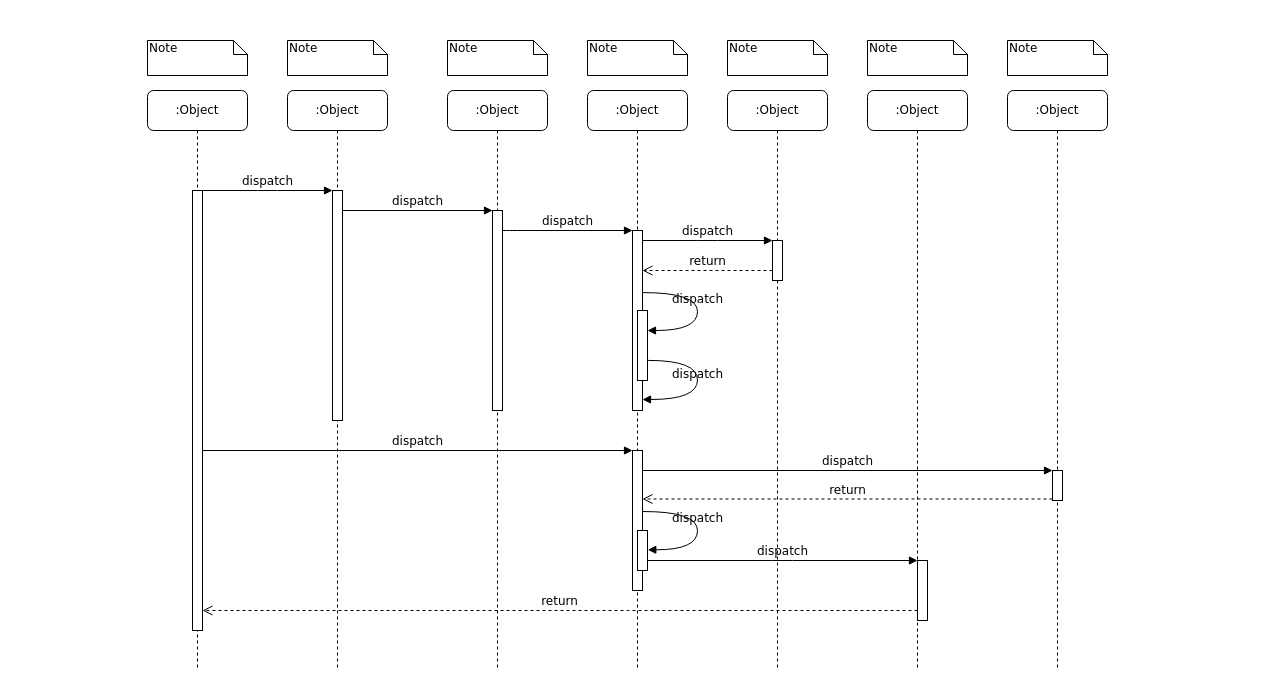
Before: patient/UC4_sequence_diag.drawio in yhb1834/Smart-Health-Prediction-System, a draw.io diagram. Source tidied: cells renumbered, new cells numbered last; positions are measured from the earlier drawing's top-left corner, leaving out a move shared by most shapes. Both pictures are drawn from the tidied source at 100%, with x=0, y=0 at pixel (147, 40).
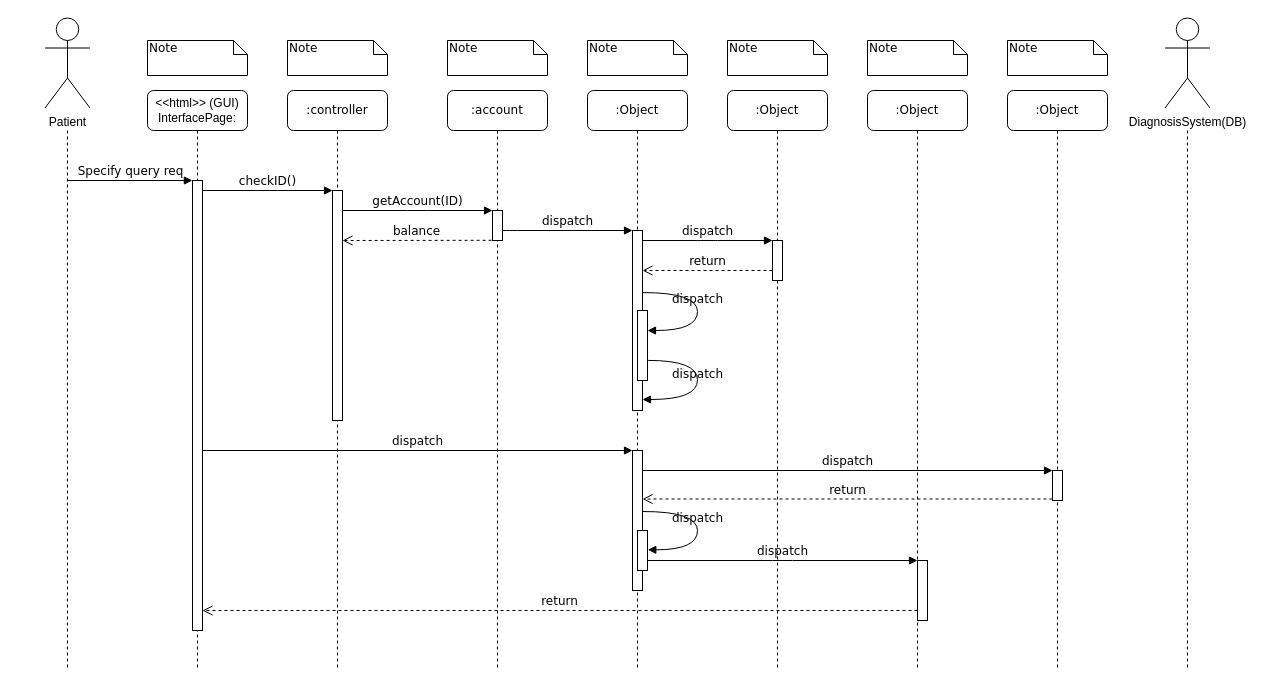
The same page after the edit.

Unchanged cells that the change refers to:
```xml
<mxCell id="3" style="html=1;points=[];perimeter=orthogonalPerimeter;rounded=0;shadow=0;comic=0;labelBackgroundColor=none;strokeWidth=1;fontFamily=Verdana;fontSize=12;align=center;" parent="2" vertex="1">
  <mxGeometry x="45" y="100" width="10" height="230" as="geometry" />
</mxCell>
```

Change to the diagram source:
```diff
@@
-    <mxCell id="2" value=":Object" style="shape=umlLifeline;perimeter=lifelinePerimeter;whiteSpace=wrap;html=1;rounded=1;shadow=0;comic=0;labelBackgroundColor=none;strokeWidth=1;fontFamily=Verdana;fontSize=12;align=center;" parent="1" vertex="1">
+    <mxCell id="2" value=":controller" style="shape=umlLifeline;perimeter=lifelinePerimeter;whiteSpace=wrap;html=1;rounded=1;shadow=0;comic=0;labelBackgroundColor=none;strokeWidth=1;fontFamily=Verdana;fontSize=12;align=center;" parent="1" vertex="1">
       <mxGeometry x="140" y="50" width="100" height="580" as="geometry" />
     </mxCell>
@@
-    <mxCell id="4" value=":Object" style="shape=umlLifeline;perimeter=lifelinePerimeter;whiteSpace=wrap;html=1;rounded=1;shadow=0;comic=0;labelBackgroundColor=none;strokeWidth=1;fontFamily=Verdana;fontSize=12;align=center;" parent="1" vertex="1">
+    <mxCell id="4" value=":account" style="shape=umlLifeline;perimeter=lifelinePerimeter;whiteSpace=wrap;html=1;rounded=1;shadow=0;comic=0;labelBackgroundColor=none;strokeWidth=1;fontFamily=Verdana;fontSize=12;align=center;" parent="1" vertex="1">
       <mxGeometry x="300" y="50" width="100" height="580" as="geometry" />
     </mxCell>
     <mxCell id="5" style="html=1;points=[];perimeter=orthogonalPerimeter;rounded=0;shadow=0;comic=0;labelBackgroundColor=none;strokeWidth=1;fontFamily=Verdana;fontSize=12;align=center;" parent="4" vertex="1">
-      <mxGeometry x="45" y="120" width="10" height="200" as="geometry" />
+      <mxGeometry x="45" y="120" width="10" height="30" as="geometry" />
     </mxCell>
@@
-    <mxCell id="10" value=":Object" style="shape=umlLifeline;perimeter=lifelinePerimeter;whiteSpace=wrap;html=1;rounded=1;shadow=0;comic=0;labelBackgroundColor=none;strokeWidth=1;fontFamily=Verdana;fontSize=12;align=center;" parent="1" vertex="1">
+    <mxCell id="10" value="&lt;font face=&quot;Helvetica&quot;&gt;&amp;lt;&amp;lt;html&amp;gt;&amp;gt; (GUI)&lt;br&gt;InterfacePage:&lt;/font&gt;" style="shape=umlLifeline;perimeter=lifelinePerimeter;whiteSpace=wrap;html=1;rounded=1;shadow=0;comic=0;labelBackgroundColor=none;strokeWidth=1;fontFamily=Verdana;fontSize=12;align=center;" parent="1" vertex="1">
       <mxGeometry y="50" width="100" height="580" as="geometry" />
     </mxCell>
     <mxCell id="11" style="html=1;points=[];perimeter=orthogonalPerimeter;rounded=0;shadow=0;comic=0;labelBackgroundColor=none;strokeWidth=1;fontFamily=Verdana;fontSize=12;align=center;" parent="10" vertex="1">
-      <mxGeometry x="45" y="100" width="10" height="440" as="geometry" />
+      <mxGeometry x="45" y="90" width="10" height="450" as="geometry" />
     </mxCell>
@@
-    <mxCell id="25" value="dispatch" style="html=1;verticalAlign=bottom;endArrow=block;entryX=0;entryY=0;labelBackgroundColor=none;fontFamily=Verdana;fontSize=12;edgeStyle=elbowEdgeStyle;elbow=vertical;" parent="1" edge="1" source="11" target="3">
+    <mxCell id="25" value="checkID()" style="html=1;verticalAlign=bottom;endArrow=block;entryX=0;entryY=0;labelBackgroundColor=none;fontFamily=Verdana;fontSize=12;edgeStyle=elbowEdgeStyle;elbow=vertical;" parent="1" edge="1" source="11" target="3">
       <mxGeometry relative="1" as="geometry" />
     </mxCell>
-    <mxCell id="26" value="dispatch" style="html=1;verticalAlign=bottom;endArrow=block;entryX=0;entryY=0;labelBackgroundColor=none;fontFamily=Verdana;fontSize=12;edgeStyle=elbowEdgeStyle;elbow=vertical;" parent="1" edge="1" source="3" target="5">
+    <mxCell id="26" value="getAccount(ID)" style="html=1;verticalAlign=bottom;endArrow=block;entryX=0;entryY=0;labelBackgroundColor=none;fontFamily=Verdana;fontSize=12;edgeStyle=elbowEdgeStyle;elbow=vertical;" parent="1" edge="1" source="3" target="5">
       <mxGeometry relative="1" as="geometry" />
     </mxCell>
@@
+    <mxCell id="39" style="shape=umlLifeline;perimeter=lifelinePerimeter;whiteSpace=wrap;html=1;outlineConnect=0;rounded=1;shadow=0;comic=0;labelBackgroundColor=none;strokeWidth=1;fontFamily=Verdana;fontSize=12;align=center;size=0;" parent="1" vertex="1">
+      <mxGeometry x="-130" y="90" width="100" height="540" as="geometry" />
+    </mxCell>
+    <mxCell id="40" value="Patient" style="shape=umlActor;verticalLabelPosition=bottom;verticalAlign=top;html=1;" parent="1" vertex="1">
+      <mxGeometry x="-102.5" y="-22.5" width="45" height="90" as="geometry" />
+    </mxCell>
+    <mxCell id="41" style="shape=umlLifeline;perimeter=lifelinePerimeter;whiteSpace=wrap;html=1;rounded=1;shadow=0;comic=0;labelBackgroundColor=none;strokeWidth=1;fontFamily=Verdana;fontSize=12;align=center;size=0;" parent="1" vertex="1">
+      <mxGeometry x="990" y="90" width="100" height="540" as="geometry" />
+    </mxCell>
+    <mxCell id="42" value="DiagnosisSystem(DB)&lt;br&gt;" style="shape=umlActor;verticalLabelPosition=bottom;verticalAlign=top;html=1;" parent="1" vertex="1">
+      <mxGeometry x="1017.5" y="-22.5" width="45" height="90" as="geometry" />
+    </mxCell>
+    <mxCell id="43" value="Specify query req" style="html=1;verticalAlign=bottom;endArrow=block;labelBackgroundColor=none;fontFamily=Verdana;fontSize=12;edgeStyle=elbowEdgeStyle;elbow=vertical;entryX=-0.011;entryY=0.001;entryDx=0;entryDy=0;entryPerimeter=0;" parent="1" edge="1" source="39" target="11">
+      <mxGeometry relative="1" as="geometry">
+        <Array as="points">
+          <mxPoint x="20" y="140" />
+        </Array>
+      </mxGeometry>
+    </mxCell>
+    <mxCell id="44" value="balance" style="html=1;verticalAlign=bottom;endArrow=open;dashed=1;endSize=8;labelBackgroundColor=none;fontFamily=Verdana;fontSize=12;edgeStyle=elbowEdgeStyle;elbow=vertical;exitX=-0.087;exitY=0.993;exitDx=0;exitDy=0;exitPerimeter=0;" parent="1" edge="1" source="5">
+      <mxGeometry relative="1" as="geometry">
+        <mxPoint x="195" y="200" as="targetPoint" />
+        <Array as="points">
+          <mxPoint x="299" y="200" />
+          <mxPoint x="274" y="200" />
+          <mxPoint x="304" y="200" />
+        </Array>
+      </mxGeometry>
+    </mxCell>
```
